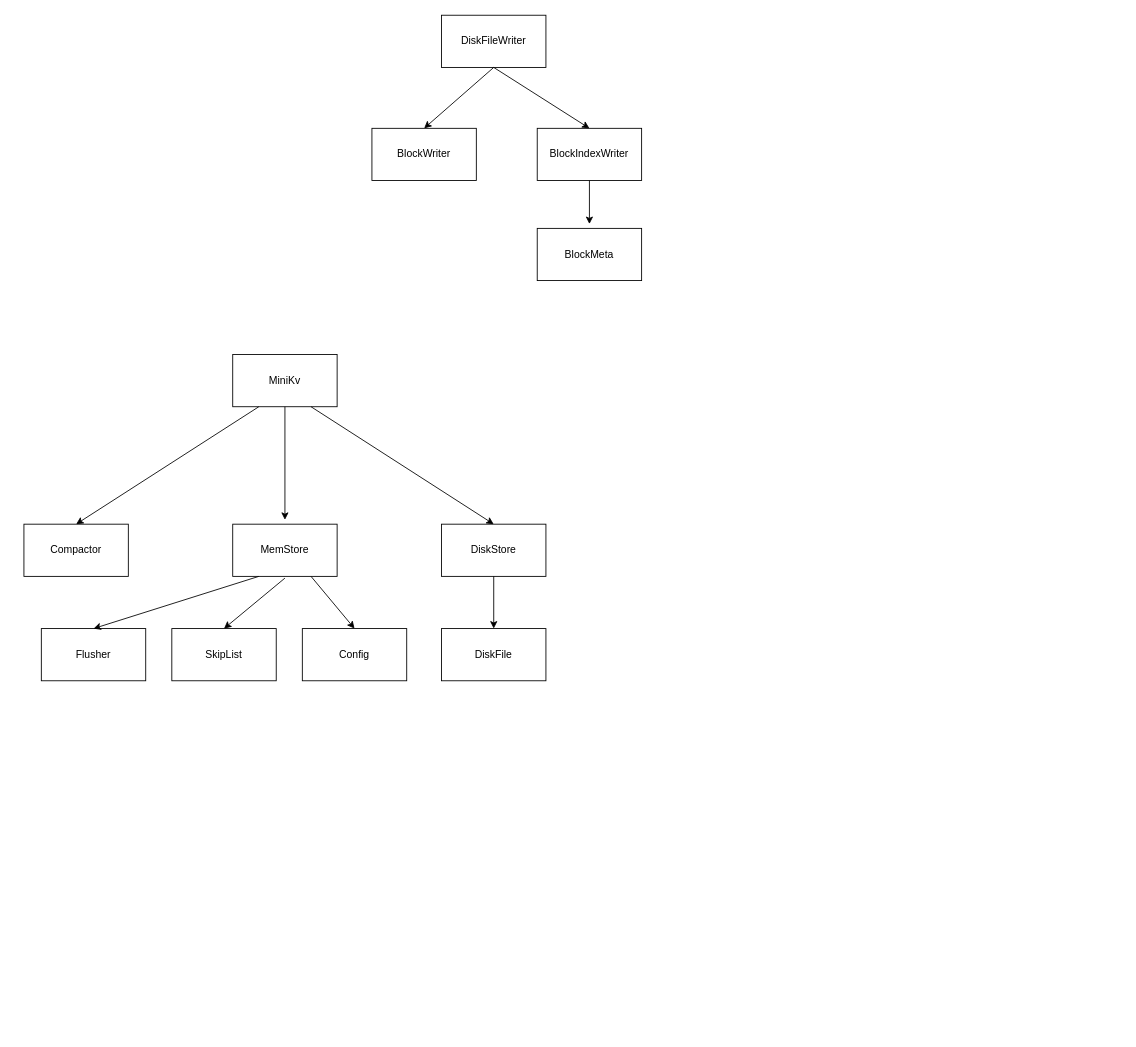
The draw.io diagram Untitled Diagram.drawio in Fierygit/firego, before the edit. Source tidied: cells renumbered, new cells numbered last; positions are measured from the earlier drawing's top-left corner, leaving out a move shared by most shapes. Both pictures are drawn from the tidied source at 87%, with x=0, y=0 at pixel (23, 15).
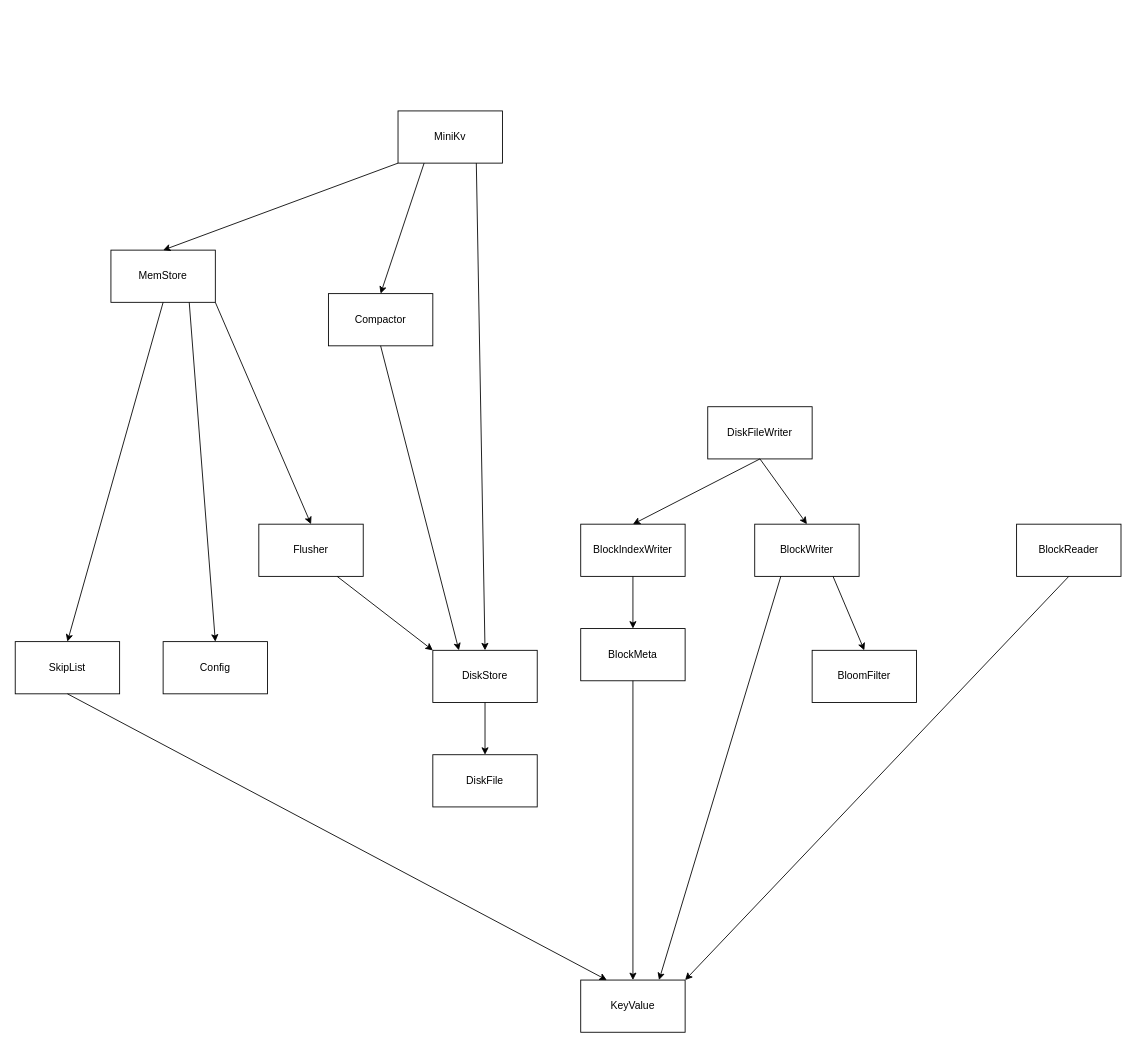
Above is the later version.

Commit message (it also covers changes not shown here):
模块调用图

The edit, as a diff of the source:
```diff
@@
     <mxCell id="2" value="DiskStore" style="rounded=0;whiteSpace=wrap;html=1;" parent="1" vertex="1">
-      <mxGeometry x="480" y="585" width="120" height="60" as="geometry" />
+      <mxGeometry x="470" y="730" width="120" height="60" as="geometry" />
     </mxCell>
     <mxCell id="3" style="endArrow=classic;html=1;exitX=0.5;exitY=1;exitDx=0;exitDy=0;" parent="1" edge="1" source="2">
       <mxGeometry relative="1" as="geometry">
-        <mxPoint x="540" y="705" as="targetPoint" />
+        <mxPoint x="530" y="850" as="targetPoint" />
       </mxGeometry>
     </mxCell>
     <mxCell id="4" value="DiskFile" style="rounded=0;whiteSpace=wrap;html=1;" parent="1" vertex="1">
-      <mxGeometry x="480" y="705" width="120" height="60" as="geometry" />
+      <mxGeometry x="470" y="850" width="120" height="60" as="geometry" />
     </mxCell>
     <mxCell id="5" value="DiskFileWriter" style="rounded=0;whiteSpace=wrap;html=1;" parent="1" vertex="1">
-      <mxGeometry x="480" width="120" height="60" as="geometry" />
+      <mxGeometry x="786" y="450" width="120" height="60" as="geometry" />
     </mxCell>
@@
     <mxCell id="7" value="BlockWriter" style="rounded=0;whiteSpace=wrap;html=1;" parent="1" vertex="1">
-      <mxGeometry x="400" y="130" width="120" height="60" as="geometry" />
+      <mxGeometry x="840" y="585" width="120" height="60" as="geometry" />
     </mxCell>
     <mxCell id="8" value="BlockIndexWriter" style="rounded=0;whiteSpace=wrap;html=1;" parent="1" vertex="1">
-      <mxGeometry x="590" y="130" width="120" height="60" as="geometry" />
+      <mxGeometry x="640" y="585" width="120" height="60" as="geometry" />
     </mxCell>
     <mxCell id="9" style="endArrow=classic;html=1;entryX=0.5;entryY=0;entryDx=0;entryDy=0;" parent="1" edge="1" target="8">
       <mxGeometry relative="1" as="geometry">
-        <mxPoint x="540" y="60" as="sourcePoint" />
+        <mxPoint x="846" y="510" as="sourcePoint" />
       </mxGeometry>
     </mxCell>
     <mxCell id="10" value="BlockMeta" style="rounded=0;whiteSpace=wrap;html=1;" parent="1" vertex="1">
-      <mxGeometry x="590" y="245" width="120" height="60" as="geometry" />
+      <mxGeometry x="640" y="705" width="120" height="60" as="geometry" />
     </mxCell>
-    <mxCell id="11" style="endArrow=classic;html=1;exitX=0.5;exitY=1;exitDx=0;exitDy=0;" parent="1" edge="1" source="8">
-      <mxGeometry relative="1" as="geometry">
-        <mxPoint x="650" y="240" as="targetPoint" />
-      </mxGeometry>
+    <mxCell id="11" style="endArrow=classic;html=1;exitX=0.5;exitY=1;exitDx=0;exitDy=0;entryX=0.5;entryY=0;entryDx=0;entryDy=0;" parent="1" edge="1" source="8" target="10">
+      <mxGeometry relative="1" as="geometry" />
     </mxCell>
     <mxCell id="12" value="MemStore" style="rounded=0;whiteSpace=wrap;html=1;" parent="1" vertex="1">
-      <mxGeometry x="240" y="585" width="120" height="60" as="geometry" />
+      <mxGeometry x="100" y="270" width="120" height="60" as="geometry" />
     </mxCell>
     <mxCell id="13" value="SkipList" style="rounded=0;whiteSpace=wrap;html=1;" parent="1" vertex="1">
-      <mxGeometry x="170" y="705" width="120" height="60" as="geometry" />
+      <mxGeometry x="-10" y="720" width="120" height="60" as="geometry" />
     </mxCell>
     <mxCell id="14" value="Flusher" style="rounded=0;whiteSpace=wrap;html=1;" parent="1" vertex="1">
-      <mxGeometry x="20" y="705" width="120" height="60" as="geometry" />
+      <mxGeometry x="270" y="585" width="120" height="60" as="geometry" />
     </mxCell>
     <mxCell id="15" value="Config" style="rounded=0;whiteSpace=wrap;html=1;" parent="1" vertex="1">
-      <mxGeometry x="320" y="705" width="120" height="60" as="geometry" />
+      <mxGeometry x="160" y="720" width="120" height="60" as="geometry" />
     </mxCell>
@@
-    <mxCell id="17" style="endArrow=classic;html=1;" parent="1" edge="1">
-      <mxGeometry relative="1" as="geometry">
-        <mxPoint x="300" y="647" as="sourcePoint" />
-        <mxPoint x="230" y="705" as="targetPoint" />
-      </mxGeometry>
+    <mxCell id="17" style="endArrow=classic;html=1;exitX=0.5;exitY=1;exitDx=0;exitDy=0;entryX=0.5;entryY=0;entryDx=0;entryDy=0;" parent="1" edge="1" source="12" target="13">
+      <mxGeometry relative="1" as="geometry" />
     </mxCell>
-    <mxCell id="18" style="endArrow=classic;html=1;exitX=0.25;exitY=1;exitDx=0;exitDy=0;entryX=0.5;entryY=0;entryDx=0;entryDy=0;entryPerimeter=0;" parent="1" edge="1" source="12" target="14">
+    <mxCell id="18" style="endArrow=classic;html=1;exitX=1;exitY=1;exitDx=0;exitDy=0;entryX=0.5;entryY=0;entryDx=0;entryDy=0;entryPerimeter=0;" parent="1" edge="1" source="12" target="14">
       <mxGeometry relative="1" as="geometry" />
     </mxCell>
     <mxCell id="19" value="MiniKv" style="rounded=0;whiteSpace=wrap;html=1;" parent="1" vertex="1">
-      <mxGeometry x="240" y="390" width="120" height="60" as="geometry" />
+      <mxGeometry x="430" y="110" width="120" height="60" as="geometry" />
     </mxCell>
     <mxCell id="20" value="Compactor" style="rounded=0;whiteSpace=wrap;html=1;" parent="1" vertex="1">
-      <mxGeometry y="585" width="120" height="60" as="geometry" />
+      <mxGeometry x="350" y="320" width="120" height="60" as="geometry" />
     </mxCell>
-    <mxCell id="21" style="endArrow=classic;html=1;exitX=0.5;exitY=1;exitDx=0;exitDy=0;" parent="1" edge="1" source="19">
-      <mxGeometry relative="1" as="geometry">
-        <mxPoint x="300" y="580" as="targetPoint" />
-      </mxGeometry>
+    <mxCell id="21" style="endArrow=classic;html=1;exitX=0;exitY=1;exitDx=0;exitDy=0;entryX=0.5;entryY=0;entryDx=0;entryDy=0;" parent="1" edge="1" source="19" target="12">
+      <mxGeometry relative="1" as="geometry" />
     </mxCell>
@@
+    <mxCell id="24" value="KeyValue" style="rounded=0;whiteSpace=wrap;html=1;" parent="1" vertex="1">
+      <mxGeometry x="640" y="1109" width="120" height="60" as="geometry" />
+    </mxCell>
+    <mxCell id="25" style="endArrow=classic;html=1;entryX=0.75;entryY=0;entryDx=0;entryDy=0;exitX=0.25;exitY=1;exitDx=0;exitDy=0;" parent="1" edge="1" source="7" target="24">
+      <mxGeometry relative="1" as="geometry" />
+    </mxCell>
+    <mxCell id="26" style="endArrow=classic;html=1;exitX=0.5;exitY=1;exitDx=0;exitDy=0;entryX=0.25;entryY=0;entryDx=0;entryDy=0;" parent="1" edge="1" source="13" target="24">
+      <mxGeometry relative="1" as="geometry" />
+    </mxCell>
+    <mxCell id="27" value="BloomFilter" style="rounded=0;whiteSpace=wrap;html=1;" parent="1" vertex="1">
+      <mxGeometry x="906" y="730" width="120" height="60" as="geometry" />
+    </mxCell>
+    <mxCell id="28" style="endArrow=classic;html=1;entryX=0.5;entryY=0;entryDx=0;entryDy=0;exitX=0.75;exitY=1;exitDx=0;exitDy=0;" parent="1" edge="1" source="7" target="27">
+      <mxGeometry relative="1" as="geometry" />
+    </mxCell>
+    <mxCell id="29" style="endArrow=classic;html=1;exitX=0.5;exitY=1;exitDx=0;exitDy=0;entryX=0.5;entryY=0;entryDx=0;entryDy=0;" parent="1" edge="1" source="10" target="24">
+      <mxGeometry relative="1" as="geometry" />
+    </mxCell>
+    <mxCell id="30" value="BlockReader" style="rounded=0;whiteSpace=wrap;html=1;" parent="1" vertex="1">
+      <mxGeometry x="1141" y="585" width="120" height="60" as="geometry" />
+    </mxCell>
+    <mxCell id="31" style="endArrow=classic;html=1;exitX=0.5;exitY=1;exitDx=0;exitDy=0;entryX=1;entryY=0;entryDx=0;entryDy=0;" parent="1" edge="1" source="30" target="24">
+      <mxGeometry relative="1" as="geometry" />
+    </mxCell>
+    <mxCell id="32" style="endArrow=classic;html=1;exitX=0.5;exitY=1;exitDx=0;exitDy=0;entryX=0.25;entryY=0;entryDx=0;entryDy=0;" parent="1" edge="1" source="20" target="2">
+      <mxGeometry relative="1" as="geometry" />
+    </mxCell>
+    <mxCell id="33" style="endArrow=classic;html=1;entryX=0;entryY=0;entryDx=0;entryDy=0;exitX=0.75;exitY=1;exitDx=0;exitDy=0;" parent="1" edge="1" source="14" target="2">
+      <mxGeometry relative="1" as="geometry" />
+    </mxCell>
```
